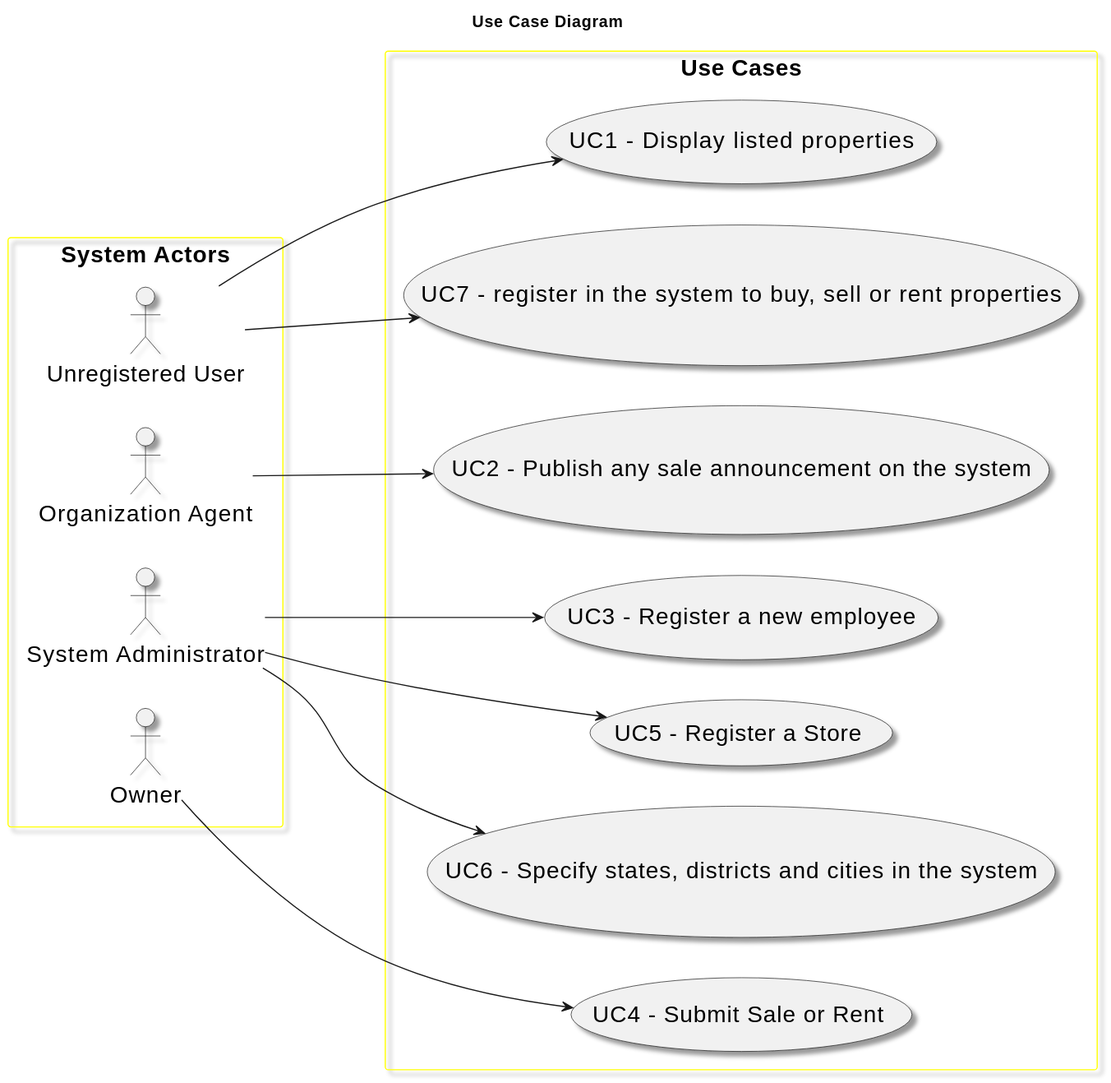
Above: docs/sprintB/global-artifacts/01.requirements-engineering/svg/use-case-diagram.svg in Goncalves2525/real-estate-management-system (PlantUML), before the change.
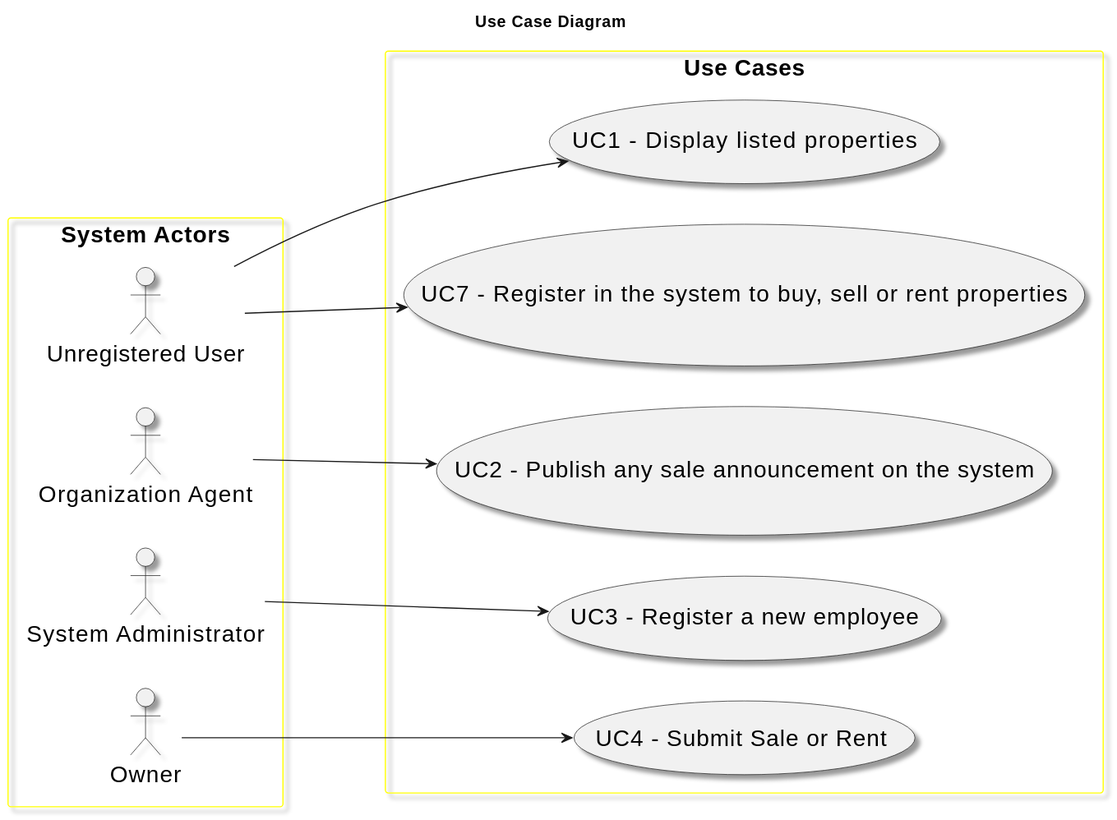
After the commit.

Diff of the diagram source:
```diff
@@ -28,11 +28,7 @@
             "System Administrator" --> UC3
     usecase "UC4 - Submit Sale or Rent" as UC4
             "Owner" --> UC4
-    usecase "UC5 - Register a Store" as UC5
-            "System Administrator" --> UC5
-    usecase "UC6 - Specify states, districts and cities in the system" as UC6
-            "System Administrator" --> UC6
-    usecase "UC7 - register in the system to buy, sell or rent properties" as UC7
+    usecase "UC7 - Register in the system to buy, sell or rent properties" as UC7
             "Unregistered User" --> UC7
 }
 @enduml
```
